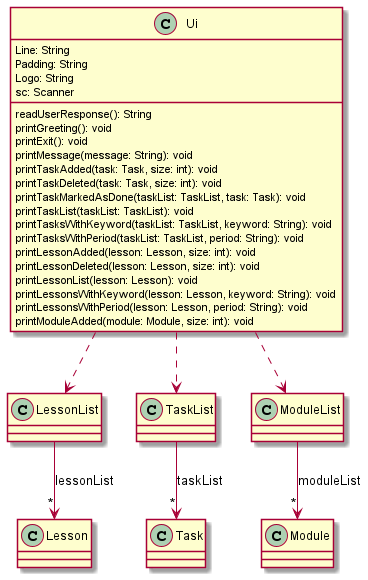
This is docs/images/UiClassDiagram.png from nus-cs2113-AY2122S1/tp, a PlantUML export, as it was before one commit.
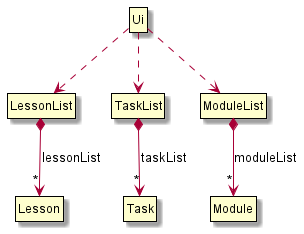
The same file after the commit.

Commit message:
Update UI diagrams to adhere to style requirements

Diff of the diagram source:
```diff
@@ -1,4 +1,6 @@
 @startuml
+!include Style.puml
+
 Class Lesson {
 }
 
@@ -18,32 +20,11 @@
 }
 
 Class Ui {
-Line: String
-Padding: String
-Logo: String
-sc: Scanner
-readUserResponse(): String
-printGreeting(): void
-printExit(): void
-printMessage(message: String): void
-printTaskAdded(task: Task, size: int): void
-printTaskDeleted(task: Task, size: int): void
-printTaskMarkedAsDone(taskList: TaskList, task: Task): void
-printTaskList(taskList: TaskList): void
-printTasksWithKeyword(taskList: TaskList, keyword: String): void
-printTasksWithPeriod(taskList: TaskList, period: String): void
-printLessonAdded(lesson: Lesson, size: int): void
-printLessonDeleted(lesson: Lesson, size: int): void
-printLessonList(lesson: Lesson): void
-printLessonsWithKeyword(lesson: Lesson, keyword: String): void
-printLessonsWithPeriod(lesson: Lesson, period: String): void
-printModuleAdded(module: Module, size: int): void
 }
 
-
-TaskList -down-> "*" Task : taskList
-LessonList -down-> "*" Lesson : lessonList
-ModuleList -down-> "*" Module : moduleList
+TaskList *--> "*" Task : taskList
+LessonList *--> "*" Lesson : lessonList
+ModuleList *--> "*" Module : moduleList
 
 Ui ..> TaskList
 Ui ..> LessonList
```
